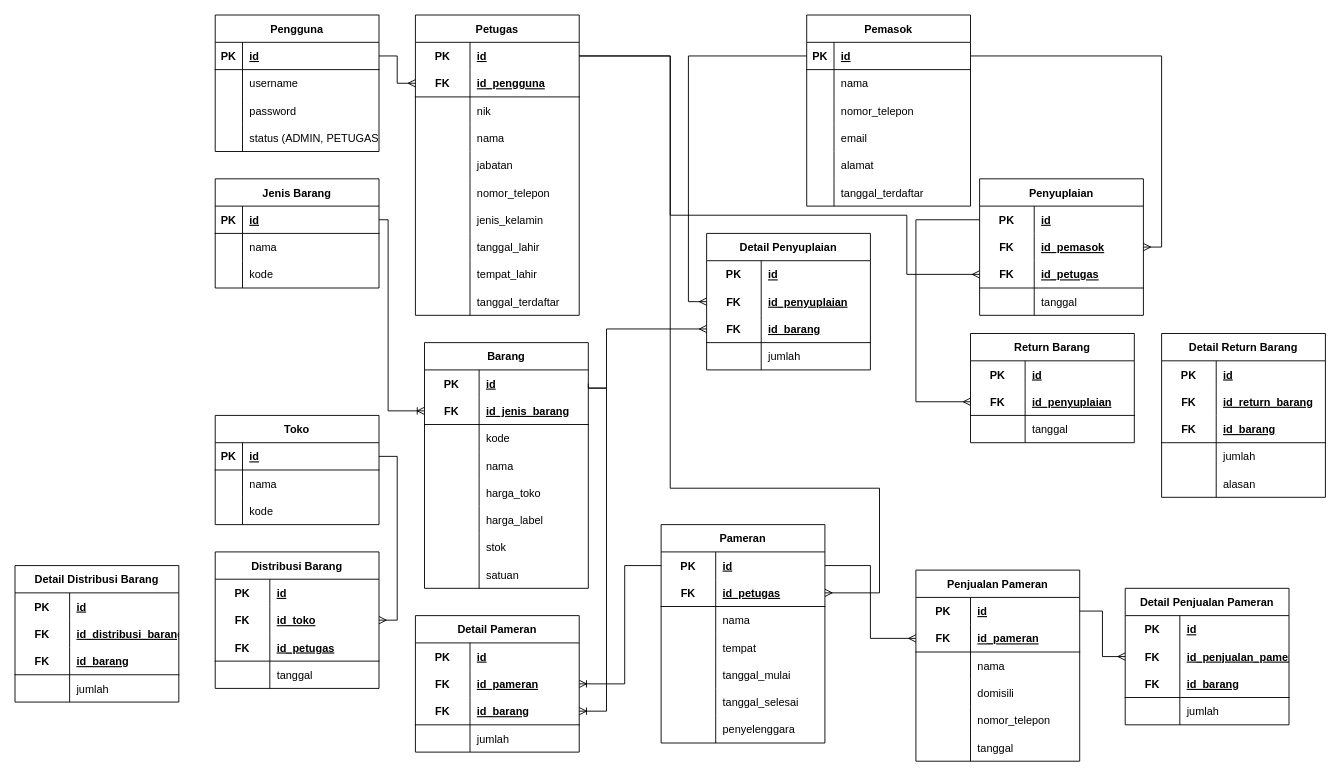
The draw.io diagram db/Database Schema.drawio in yafizh/Aplikasi-Gudang-The-Zamrud-Jewellery, before the edit. Source tidied: cells renumbered, new cells numbered last; positions are measured from the earlier drawing's top-left corner, leaving out a move shared by most shapes. Both pictures are drawn from the tidied source at 91%, with x=0, y=0 at pixel (15, 15).
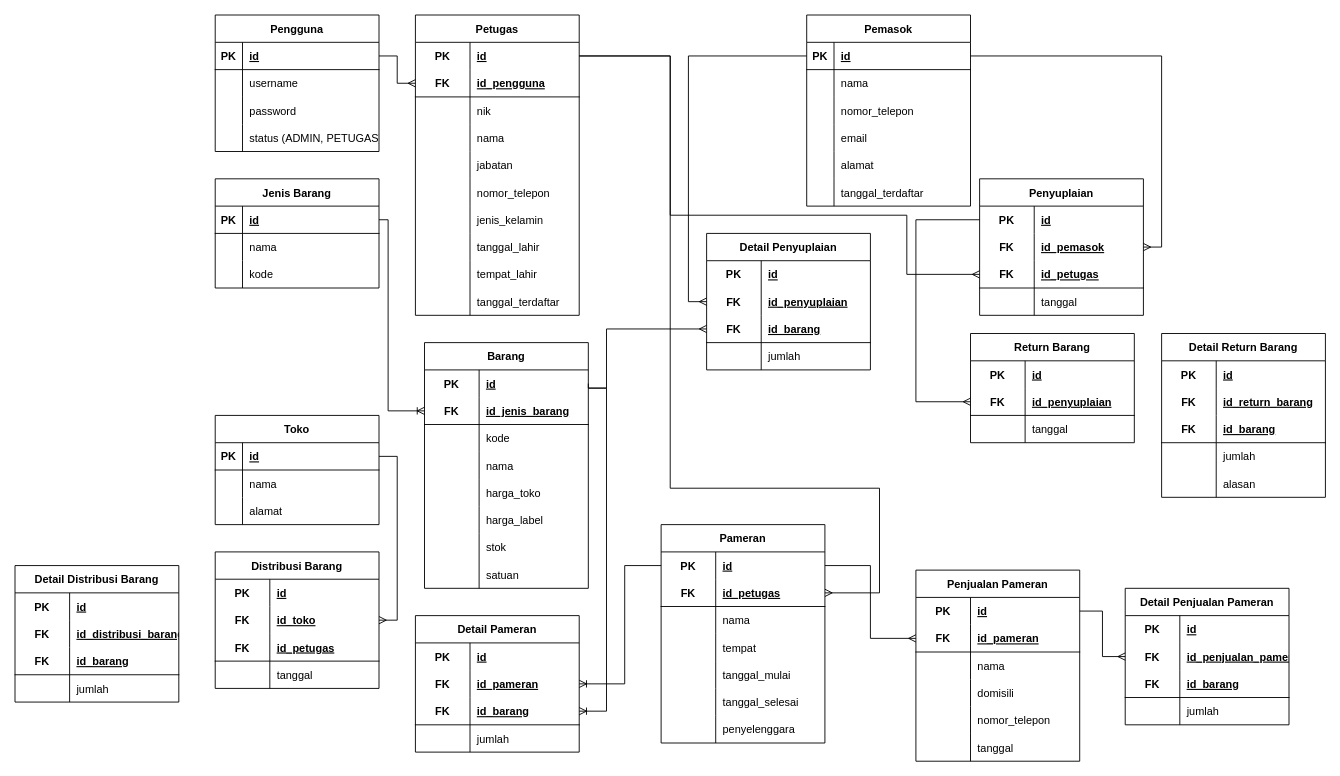
The same diagram, later.

Unchanged cells that the change refers to:
```xml
<mxCell id="238" style="shape=tableRow;horizontal=0;startSize=0;swimlaneHead=0;swimlaneBody=0;fillColor=none;top=0;left=0;right=0;bottom=0;" parent="231" vertex="1">
  <mxGeometry y="90" width="180" height="30" as="geometry" />
</mxCell>
```

Diff of the diagram source:
```diff
@@
-    <mxCell id="240" value="kode" style="shape=partialRectangle;fillColor=none;top=0;left=0;bottom=0;right=0;align=left;spacingLeft=6;overflow=hidden;" parent="238" vertex="1">
+    <mxCell id="240" value="alamat" style="shape=partialRectangle;fillColor=none;top=0;left=0;bottom=0;right=0;align=left;spacingLeft=6;overflow=hidden;" parent="238" vertex="1">
       <mxGeometry x="30" width="150" height="30" as="geometry" />
     </mxCell>
```
